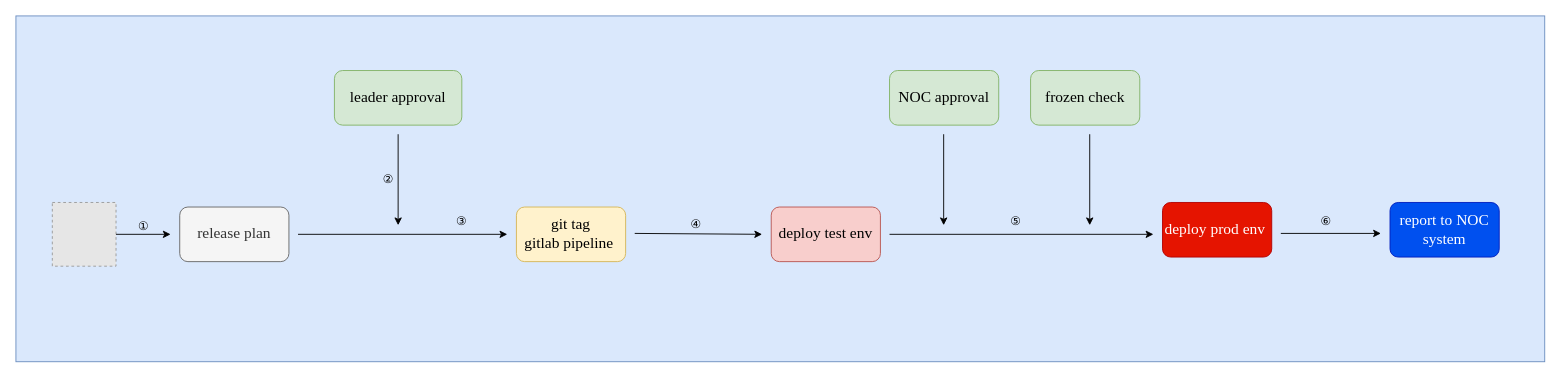
Before: configs-infra-cd.drawio in YanshanSong/draw.io, a draw.io diagram. Source tidied: cells renumbered, new cells numbered last; positions are measured from the earlier drawing's top-left corner, leaving out a move shared by most shapes. Both pictures are drawn from the tidied source at 91%, with x=0, y=0 at pixel (15, 15). Pictures stored in the file or linked from it are replaced by grey dashed boxes.
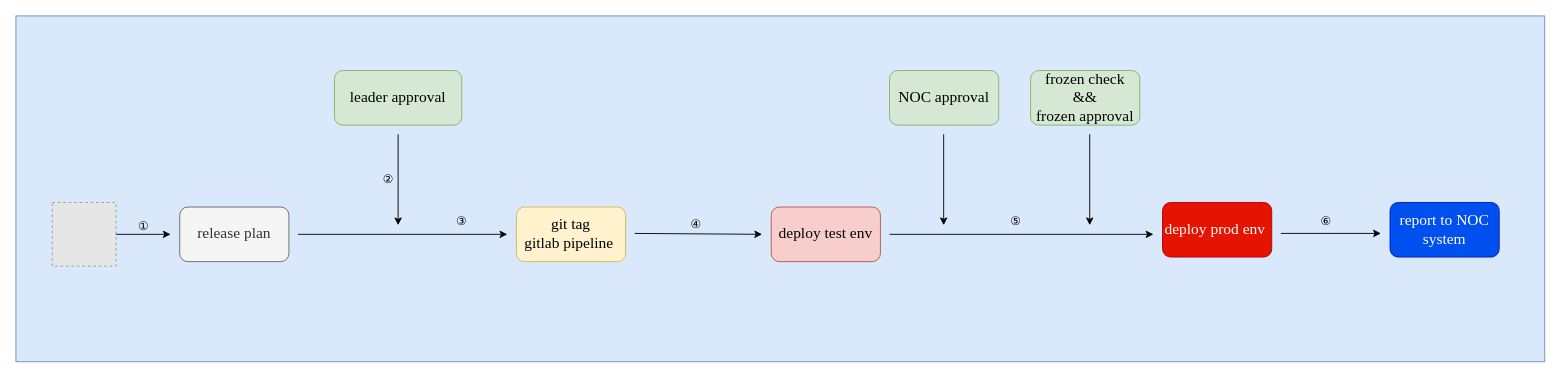
The same page after the edit.

The edit, as a diff of the source:
```diff
@@
-    <mxCell id="11" value="frozen check" style="rounded=1;whiteSpace=wrap;html=1;fillColor=#d5e8d4;strokeColor=#82b366;fontFamily=Times New Roman;fontSize=17;" parent="1" vertex="1">
+    <mxCell id="11" value="frozen check &lt;br&gt;&amp;amp;&amp;amp;&lt;br&gt;frozen approval" style="rounded=1;whiteSpace=wrap;html=1;fillColor=#d5e8d4;strokeColor=#82b366;fontFamily=Times New Roman;fontSize=17;" parent="1" vertex="1">
       <mxGeometry x="1115" y="60" width="120" height="60" as="geometry" />
     </mxCell>
```
